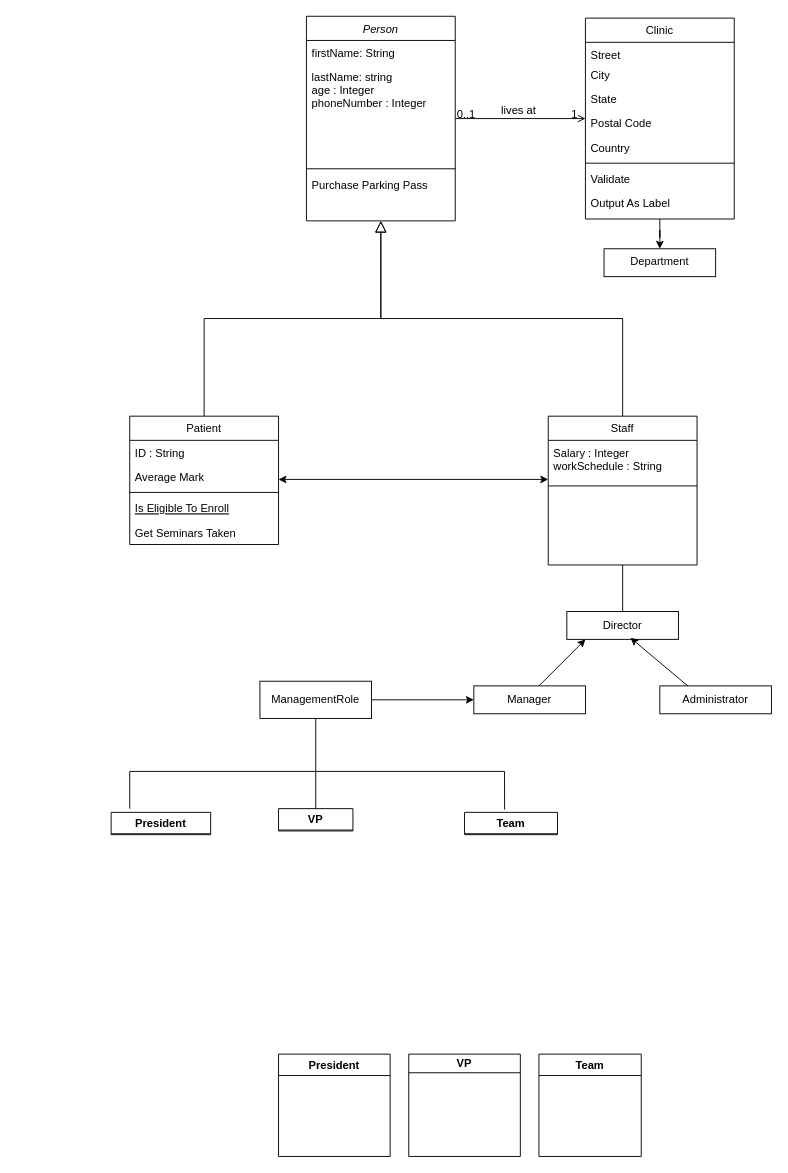
yushika-j/seg-2505 keeps this draw.io diagram as Untitled Diagram.drawio. Above is the earlier version. Source tidied: cells renumbered, new cells numbered last; positions are measured from the earlier drawing's top-left corner, leaving out a move shared by most shapes. Both pictures are drawn from the tidied source at 93%, with x=0, y=0 at pixel (111, 16).
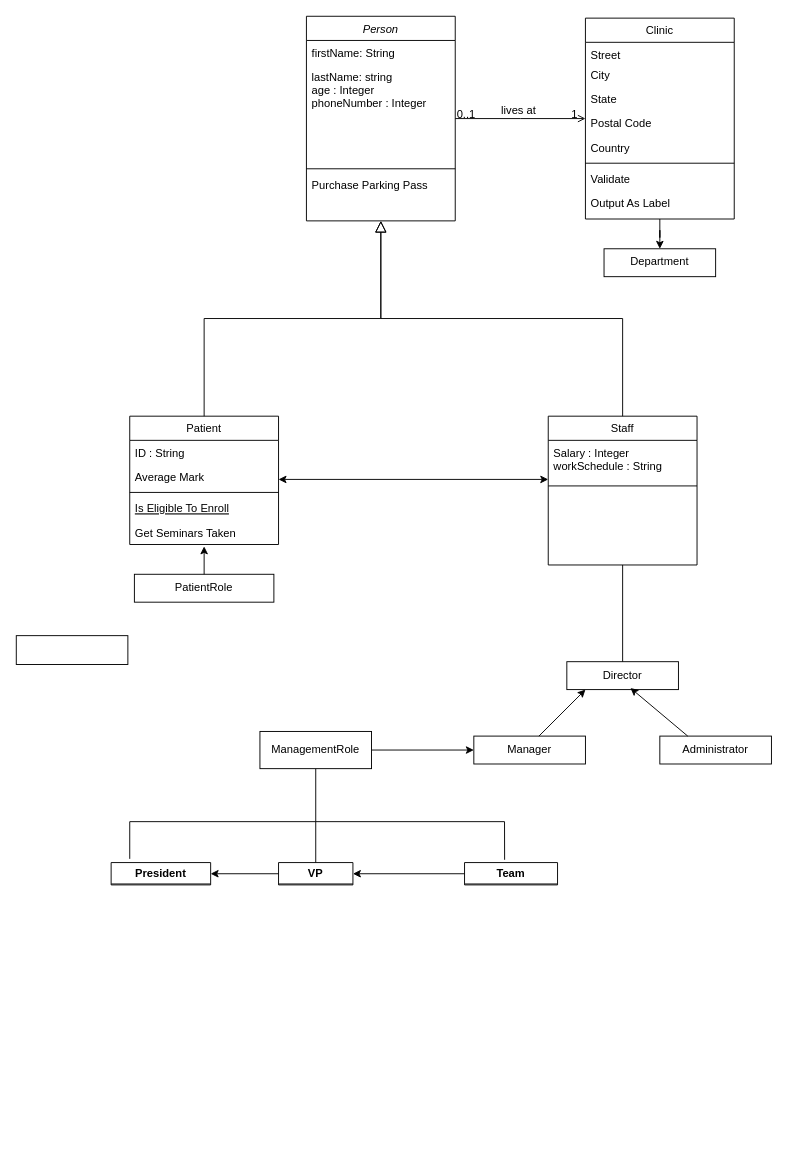
The same page after the edit.

The edit, as a diff of the source:
```diff
@@
     <mxCell id="32" value="President" style="swimlane;whiteSpace=wrap;html=1;" parent="1" vertex="1">
-      <mxGeometry y="856" width="107" height="24" as="geometry" />
+      <mxGeometry y="910" width="107" height="24" as="geometry" />
     </mxCell>
     <mxCell id="33" value="VP" style="swimlane;whiteSpace=wrap;html=1;" parent="1" vertex="1">
-      <mxGeometry x="180" y="852" width="80" height="24" as="geometry" />
+      <mxGeometry x="180" y="910" width="80" height="24" as="geometry" />
     </mxCell>
@@
     <mxCell id="35" value="Team" style="swimlane;whiteSpace=wrap;html=1;" parent="1" vertex="1">
-      <mxGeometry x="380" y="856" width="100" height="24" as="geometry" />
+      <mxGeometry x="380" y="910" width="100" height="24" as="geometry" />
     </mxCell>
-    <mxCell id="36" value="President" style="swimlane;whiteSpace=wrap;html=1;" parent="1" vertex="1">
-      <mxGeometry x="180" y="1116" width="120" height="110" as="geometry" />
-    </mxCell>
-    <mxCell id="37" value="VP" style="swimlane;whiteSpace=wrap;html=1;startSize=20;" parent="1" vertex="1">
-      <mxGeometry x="320" y="1116" width="120" height="110" as="geometry" />
-    </mxCell>
-    <mxCell id="38" value="Team" style="swimlane;whiteSpace=wrap;html=1;" parent="1" vertex="1">
-      <mxGeometry x="460" y="1116" width="110" height="110" as="geometry" />
-    </mxCell>
-    <mxCell id="39" style="endArrow=none;html=1;rounded=0;exitX=0.5;exitY=0;exitDx=0;exitDy=0;" parent="1" edge="1" source="33" target="50">
-      <mxGeometry relative="1" as="geometry" />
+    <mxCell id="39" style="endArrow=none;html=1;rounded=0;exitX=0.5;exitY=0;exitDx=0;exitDy=0;" parent="1" edge="1" target="50">
+      <mxGeometry relative="1" as="geometry">
+        <mxPoint x="220" y="910" as="sourcePoint" />
+      </mxGeometry>
     </mxCell>
     <mxCell id="40" style="endArrow=none;html=1;rounded=0;exitX=0.5;exitY=0;exitDx=0;exitDy=0;" parent="1" edge="1">
       <mxGeometry relative="1" as="geometry">
-        <mxPoint x="20" y="852" as="sourcePoint" />
-        <mxPoint x="220" y="812" as="targetPoint" />
+        <mxPoint x="20" y="906" as="sourcePoint" />
+        <mxPoint x="220" y="866" as="targetPoint" />
         <Array as="points">
-          <mxPoint x="20" y="812" />
+          <mxPoint x="20" y="866" />
         </Array>
       </mxGeometry>
     </mxCell>
-    <mxCell id="41" style="endArrow=none;html=1;rounded=0;entryX=0.431;entryY=-0.125;entryDx=0;entryDy=0;entryPerimeter=0;" parent="1" edge="1" target="35">
+    <mxCell id="41" style="endArrow=none;html=1;rounded=0;entryX=0.431;entryY=-0.125;entryDx=0;entryDy=0;entryPerimeter=0;" parent="1" edge="1">
       <mxGeometry relative="1" as="geometry">
-        <mxPoint x="220" y="812" as="sourcePoint" />
+        <mxPoint x="220" y="866" as="sourcePoint" />
+        <mxPoint x="423.1" y="907" as="targetPoint" />
         <Array as="points">
-          <mxPoint x="423" y="812" />
+          <mxPoint x="423" y="866" />
         </Array>
       </mxGeometry>
     </mxCell>
@@
     <mxCell id="43" value="Director" style="rounded=0;whiteSpace=wrap;html=1;" parent="1" vertex="1">
-      <mxGeometry x="490" y="640" width="120" height="30" as="geometry" />
+      <mxGeometry x="490" y="694" width="120" height="30" as="geometry" />
     </mxCell>
     <mxCell id="44" value="Manager" style="rounded=0;whiteSpace=wrap;html=1;" parent="1" vertex="1">
-      <mxGeometry x="390" y="720" width="120" height="30" as="geometry" />
+      <mxGeometry x="390" y="774" width="120" height="30" as="geometry" />
     </mxCell>
     <mxCell id="45" value="Administrator" style="rounded=0;whiteSpace=wrap;html=1;" parent="1" vertex="1">
-      <mxGeometry x="590" y="720" width="120" height="30" as="geometry" />
+      <mxGeometry x="590" y="774" width="120" height="30" as="geometry" />
     </mxCell>
     <mxCell id="46" style="endArrow=classic;html=1;rounded=0;" parent="1" edge="1">
       <mxGeometry relative="1" as="geometry">
-        <mxPoint x="460" y="720" as="sourcePoint" />
-        <mxPoint x="510" y="670" as="targetPoint" />
+        <mxPoint x="460" y="774" as="sourcePoint" />
+        <mxPoint x="510" y="724" as="targetPoint" />
       </mxGeometry>
     </mxCell>
-    <mxCell id="47" style="endArrow=classic;html=1;rounded=0;entryX=0.57;entryY=0.943;entryDx=0;entryDy=0;entryPerimeter=0;exitX=0.25;exitY=0;exitDx=0;exitDy=0;" parent="1" edge="1" source="45" target="43">
-      <mxGeometry relative="1" as="geometry" />
+    <mxCell id="47" style="endArrow=classic;html=1;rounded=0;entryX=0.57;entryY=0.943;entryDx=0;entryDy=0;entryPerimeter=0;exitX=0.25;exitY=0;exitDx=0;exitDy=0;" parent="1" edge="1">
+      <mxGeometry relative="1" as="geometry">
+        <mxPoint x="620" y="774" as="sourcePoint" />
+        <mxPoint x="558.4" y="722.3" as="targetPoint" />
+      </mxGeometry>
     </mxCell>
@@
     <mxCell id="50" value="ManagementRole" style="rounded=0;whiteSpace=wrap;html=1;" parent="1" vertex="1">
-      <mxGeometry x="160" y="715" width="120" height="40" as="geometry" />
+      <mxGeometry x="160" y="769" width="120" height="40" as="geometry" />
     </mxCell>
+    <mxCell id="51" value="PatientRole" style="rounded=0;whiteSpace=wrap;html=1;" parent="1" vertex="1">
+      <mxGeometry x="25" y="600" width="150" height="30" as="geometry" />
+    </mxCell>
+    <mxCell id="52" style="endArrow=classic;html=1;rounded=0;exitX=0.5;exitY=0;exitDx=0;exitDy=0;" parent="1" edge="1" source="51">
+      <mxGeometry relative="1" as="geometry">
+        <mxPoint x="100" y="570" as="targetPoint" />
+      </mxGeometry>
+    </mxCell>
+    <mxCell id="53" style="endArrow=classic;html=1;rounded=0;entryX=1;entryY=0.5;entryDx=0;entryDy=0;exitX=0;exitY=0.5;exitDx=0;exitDy=0;" parent="1" edge="1" source="35" target="33">
+      <mxGeometry relative="1" as="geometry" />
+    </mxCell>
+    <mxCell id="54" style="endArrow=classic;html=1;rounded=0;exitX=0;exitY=0.5;exitDx=0;exitDy=0;entryX=1;entryY=0.5;entryDx=0;entryDy=0;" parent="1" edge="1" source="33" target="32">
+      <mxGeometry relative="1" as="geometry" />
+    </mxCell>
+    <mxCell id="55" style="rounded=0;whiteSpace=wrap;html=1;" parent="1" vertex="1">
+      <mxGeometry x="-102" y="666" width="120" height="31" as="geometry" />
+    </mxCell>
```
